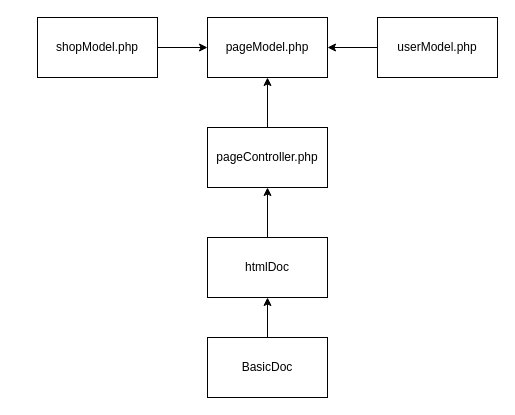
OmerS7/educom-webshop-oop-1696940510 keeps this draw.io diagram as Diagrams/mvc.drawio. Above is the earlier version. Source tidied: cells renumbered, new cells numbered last; positions are measured from the earlier drawing's top-left corner, leaving out a move shared by most shapes. Both pictures are drawn from the tidied source at 100%, with x=0, y=0 at pixel (37, 17).
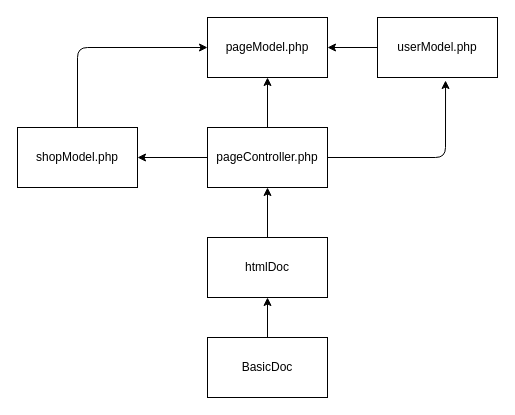
The same page after the edit.

Commit message:
inheritance diagram drawn rdy

Diff of the diagram source:
```diff
@@
 <mxGraphModel>
   <root>
     <mxCell id="0" />
     <mxCell id="1" parent="0" />
     <mxCell id="2" style="edgeStyle=none;html=1;entryX=0.5;entryY=1;entryDx=0;entryDy=0;" parent="1" edge="1" source="3" target="4">
       <mxGeometry relative="1" as="geometry" />
     </mxCell>
+    <mxCell id="13" style="edgeStyle=none;html=1;entryX=1;entryY=0.5;entryDx=0;entryDy=0;" parent="1" edge="1" source="3" target="12">
+      <mxGeometry relative="1" as="geometry" />
+    </mxCell>
+    <mxCell id="14" style="edgeStyle=none;html=1;entryX=0.567;entryY=1.05;entryDx=0;entryDy=0;entryPerimeter=0;" parent="1" edge="1" source="3" target="10">
+      <mxGeometry relative="1" as="geometry">
+        <Array as="points">
+          <mxPoint x="408" y="140" />
+        </Array>
+      </mxGeometry>
+    </mxCell>
     <mxCell id="3" value="pageController.php" style="rounded=0;whiteSpace=wrap;html=1;" parent="1" vertex="1">
       <mxGeometry x="170" y="110" width="120" height="60" as="geometry" />
     </mxCell>
     <mxCell id="4" value="pageModel.php" style="rounded=0;whiteSpace=wrap;html=1;" parent="1" vertex="1">
       <mxGeometry x="170" width="120" height="60" as="geometry" />
     </mxCell>
     <mxCell id="5" style="edgeStyle=none;html=1;entryX=0.5;entryY=1;entryDx=0;entryDy=0;" parent="1" edge="1" source="6" target="3">
       <mxGeometry relative="1" as="geometry" />
     </mxCell>
     <mxCell id="6" value="htmlDoc" style="rounded=0;whiteSpace=wrap;html=1;" parent="1" vertex="1">
       <mxGeometry x="170" y="220" width="120" height="60" as="geometry" />
     </mxCell>
     <mxCell id="7" style="edgeStyle=none;html=1;" parent="1" edge="1" source="8" target="6">
       <mxGeometry relative="1" as="geometry" />
     </mxCell>
     <mxCell id="8" value="BasicDoc" style="rounded=0;whiteSpace=wrap;html=1;" parent="1" vertex="1">
       <mxGeometry x="170" y="320" width="120" height="60" as="geometry" />
     </mxCell>
     <mxCell id="9" style="edgeStyle=none;html=1;" parent="1" edge="1" source="10" target="4">
       <mxGeometry relative="1" as="geometry" />
     </mxCell>
     <mxCell id="10" value="userModel.php" style="rounded=0;whiteSpace=wrap;html=1;" parent="1" vertex="1">
       <mxGeometry x="340" width="120" height="60" as="geometry" />
     </mxCell>
     <mxCell id="11" style="edgeStyle=none;html=1;entryX=0;entryY=0.5;entryDx=0;entryDy=0;" parent="1" edge="1" source="12" target="4">
-      <mxGeometry relative="1" as="geometry" />
+      <mxGeometry relative="1" as="geometry">
+        <Array as="points">
+          <mxPoint x="40" y="30" />
+        </Array>
+      </mxGeometry>
     </mxCell>
     <mxCell id="12" value="shopModel.php" style="rounded=0;whiteSpace=wrap;html=1;" parent="1" vertex="1">
-      <mxGeometry width="120" height="60" as="geometry" />
+      <mxGeometry x="-20" y="110" width="120" height="60" as="geometry" />
     </mxCell>
   </root>
 </mxGraphModel>
```
